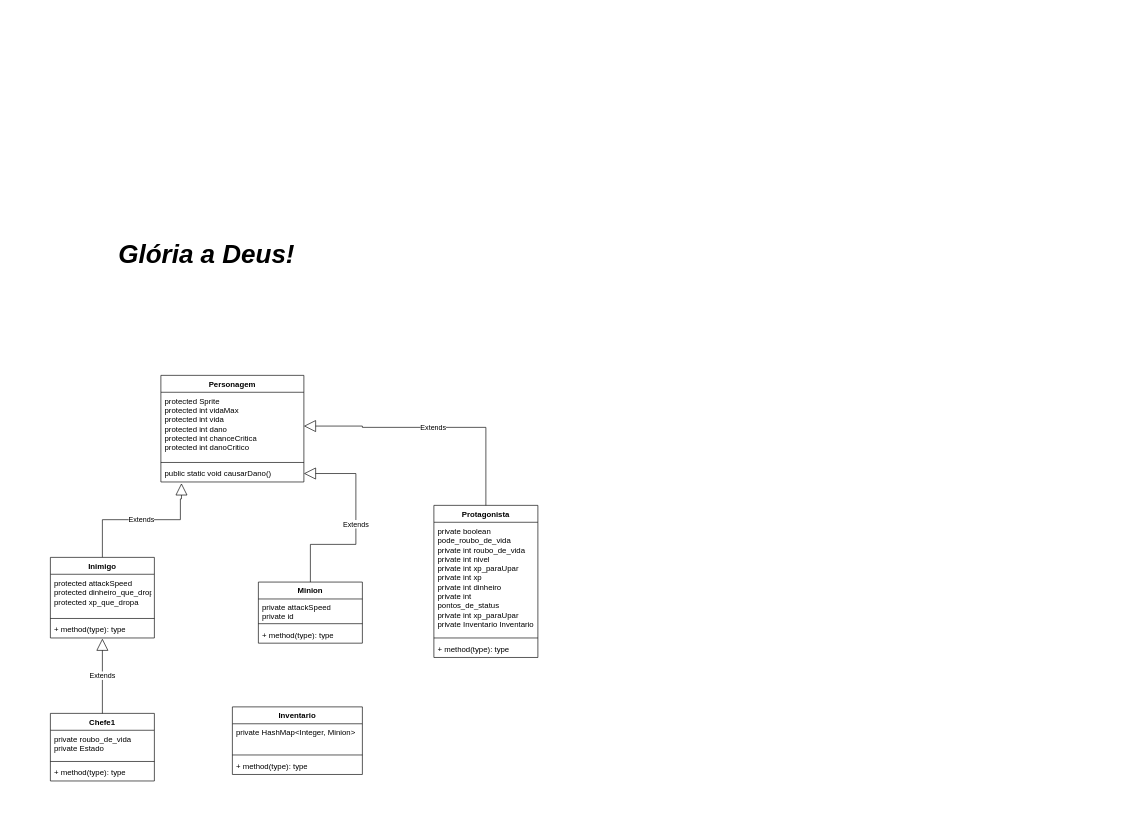
Before: Diagrama de classes.drawio in DEV-0ne-Jao/Clicker, a draw.io diagram. Source tidied: cells renumbered, new cells numbered last; positions are measured from the earlier drawing's top-left corner, leaving out a move shared by most shapes. Both pictures are drawn from the tidied source at 65%, with x=0, y=0 at pixel (50, 245).
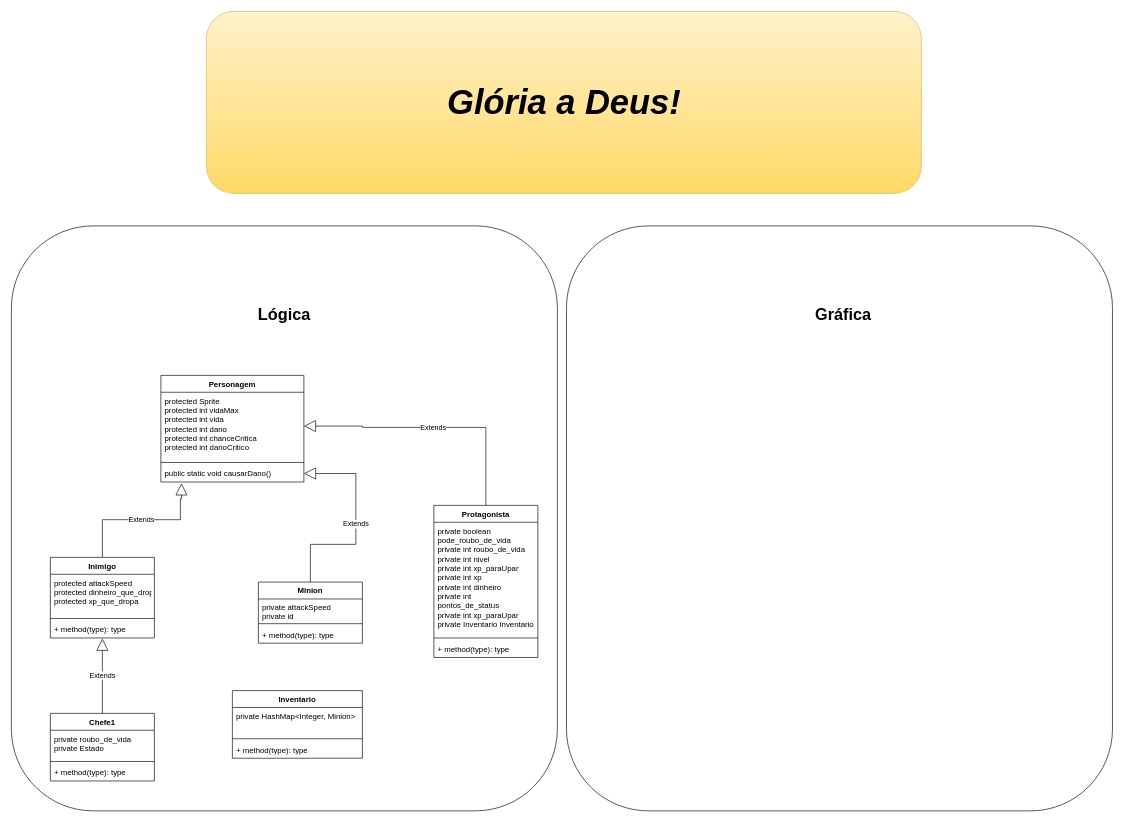
Above is the later version.

Diff of the diagram source:
```diff
@@
+    <mxCell id="31" style="rounded=1;whiteSpace=wrap;html=1;fillColor=#fff2cc;strokeColor=#d6b656;gradientColor=#ffd966;" parent="1" vertex="1">
+      <mxGeometry x="240" y="-360" width="1100" height="280" as="geometry" />
+    </mxCell>
+    <mxCell id="32" style="rounded=1;whiteSpace=wrap;html=1;" parent="1" vertex="1">
+      <mxGeometry x="794" y="-30" width="840" height="900" as="geometry" />
+    </mxCell>
+    <mxCell id="33" style="rounded=1;whiteSpace=wrap;html=1;" parent="1" vertex="1">
+      <mxGeometry x="-60" y="-30" width="840" height="900" as="geometry" />
+    </mxCell>
@@
-    <mxCell id="11" value="&lt;font style=&quot;font-size: 40px;&quot;&gt;&lt;i style=&quot;&quot;&gt;Glória a Deus!&lt;/i&gt;&lt;/font&gt;" style="text;align=center;fontStyle=1;verticalAlign=middle;spacingLeft=3;spacingRight=3;strokeColor=none;html=1;" parent="1" vertex="1">
-      <mxGeometry x="200" width="80" height="26" as="geometry" />
+    <mxCell id="11" value="&lt;font style=&quot;font-size: 53px;&quot;&gt;&lt;i style=&quot;&quot;&gt;Glória a Deus!&lt;/i&gt;&lt;/font&gt;" style="text;align=center;fontStyle=1;verticalAlign=middle;spacingLeft=3;spacingRight=3;strokeColor=none;html=1;" parent="1" vertex="1">
+      <mxGeometry x="600" y="-250" width="380" height="60" as="geometry" />
     </mxCell>
@@
     <mxCell id="22" value="Inventario" style="swimlane;fontStyle=1;align=center;verticalAlign=top;horizontal=1;startSize=26;whiteSpace=wrap;html=1;" parent="1" vertex="1">
-      <mxGeometry x="280" y="710" width="200" height="104" as="geometry" />
+      <mxGeometry x="280" y="685" width="200" height="104" as="geometry" />
     </mxCell>
@@
+    <mxCell id="34" value="&lt;font style=&quot;font-size: 25px;&quot;&gt;&lt;b style=&quot;&quot;&gt;Lógica&lt;/b&gt;&lt;/font&gt;" style="text;html=1;align=center;verticalAlign=middle;whiteSpace=wrap;rounded=0;" parent="1" vertex="1">
+      <mxGeometry x="330" y="90" width="60" height="30" as="geometry" />
+    </mxCell>
+    <mxCell id="35" value="&lt;font style=&quot;font-size: 25px;&quot;&gt;&lt;b style=&quot;&quot;&gt;Gráfica&lt;/b&gt;&lt;/font&gt;" style="text;html=1;align=center;verticalAlign=middle;whiteSpace=wrap;rounded=0;" parent="1" vertex="1">
+      <mxGeometry x="1190" y="90" width="60" height="30" as="geometry" />
+    </mxCell>
```
